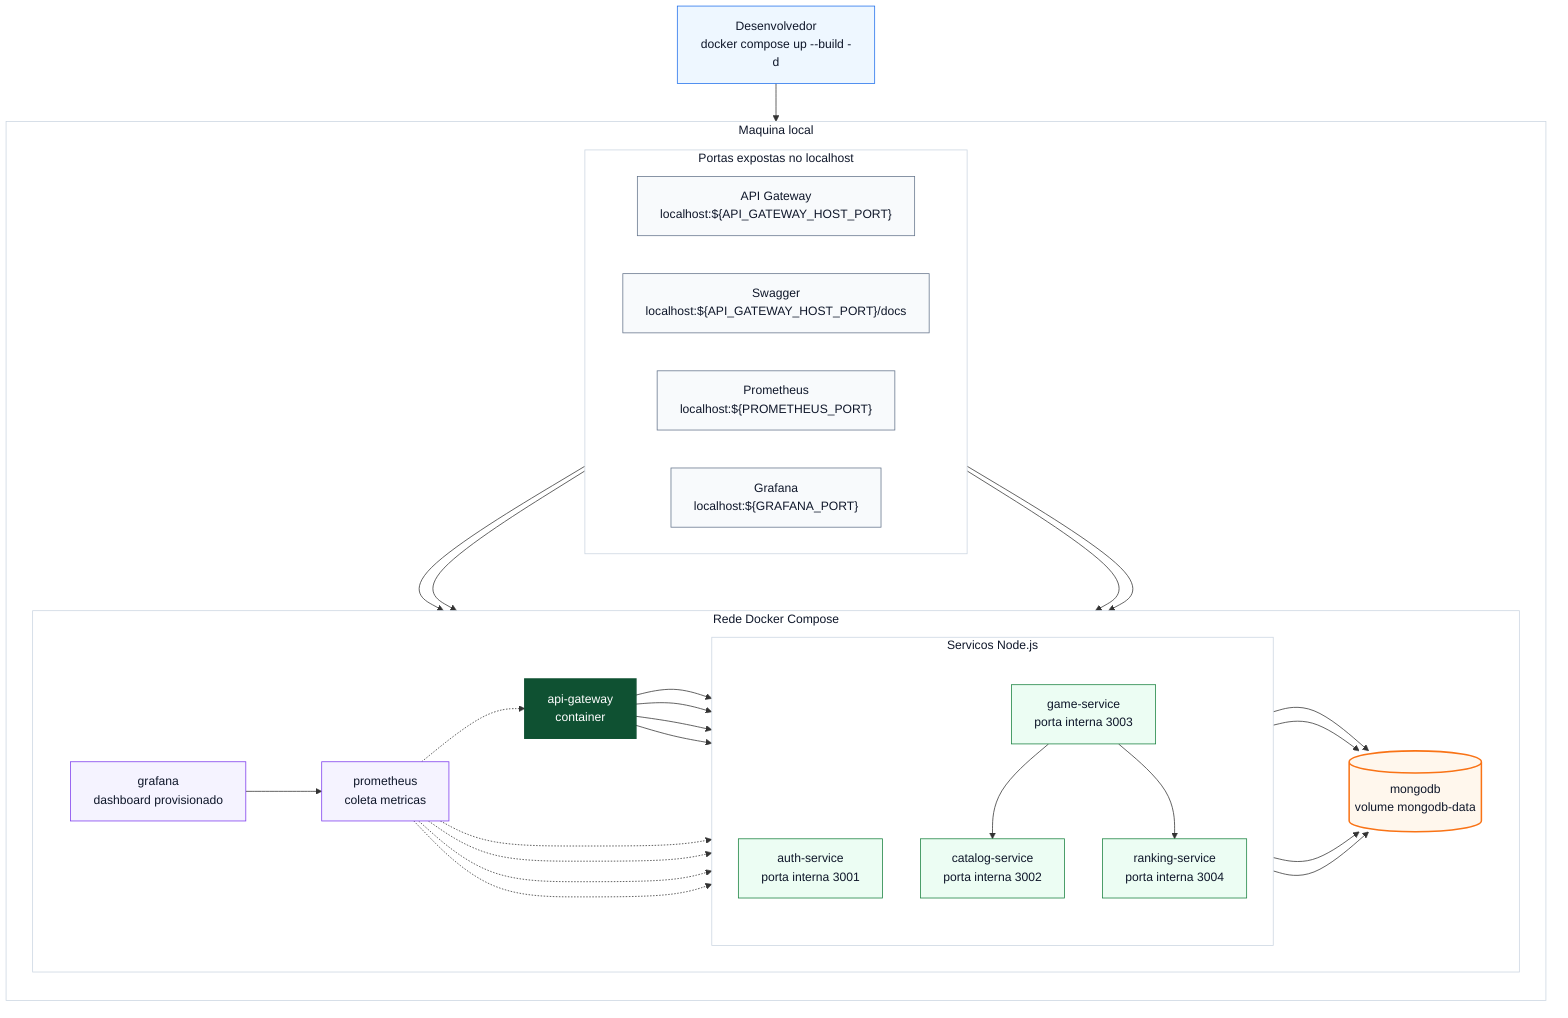
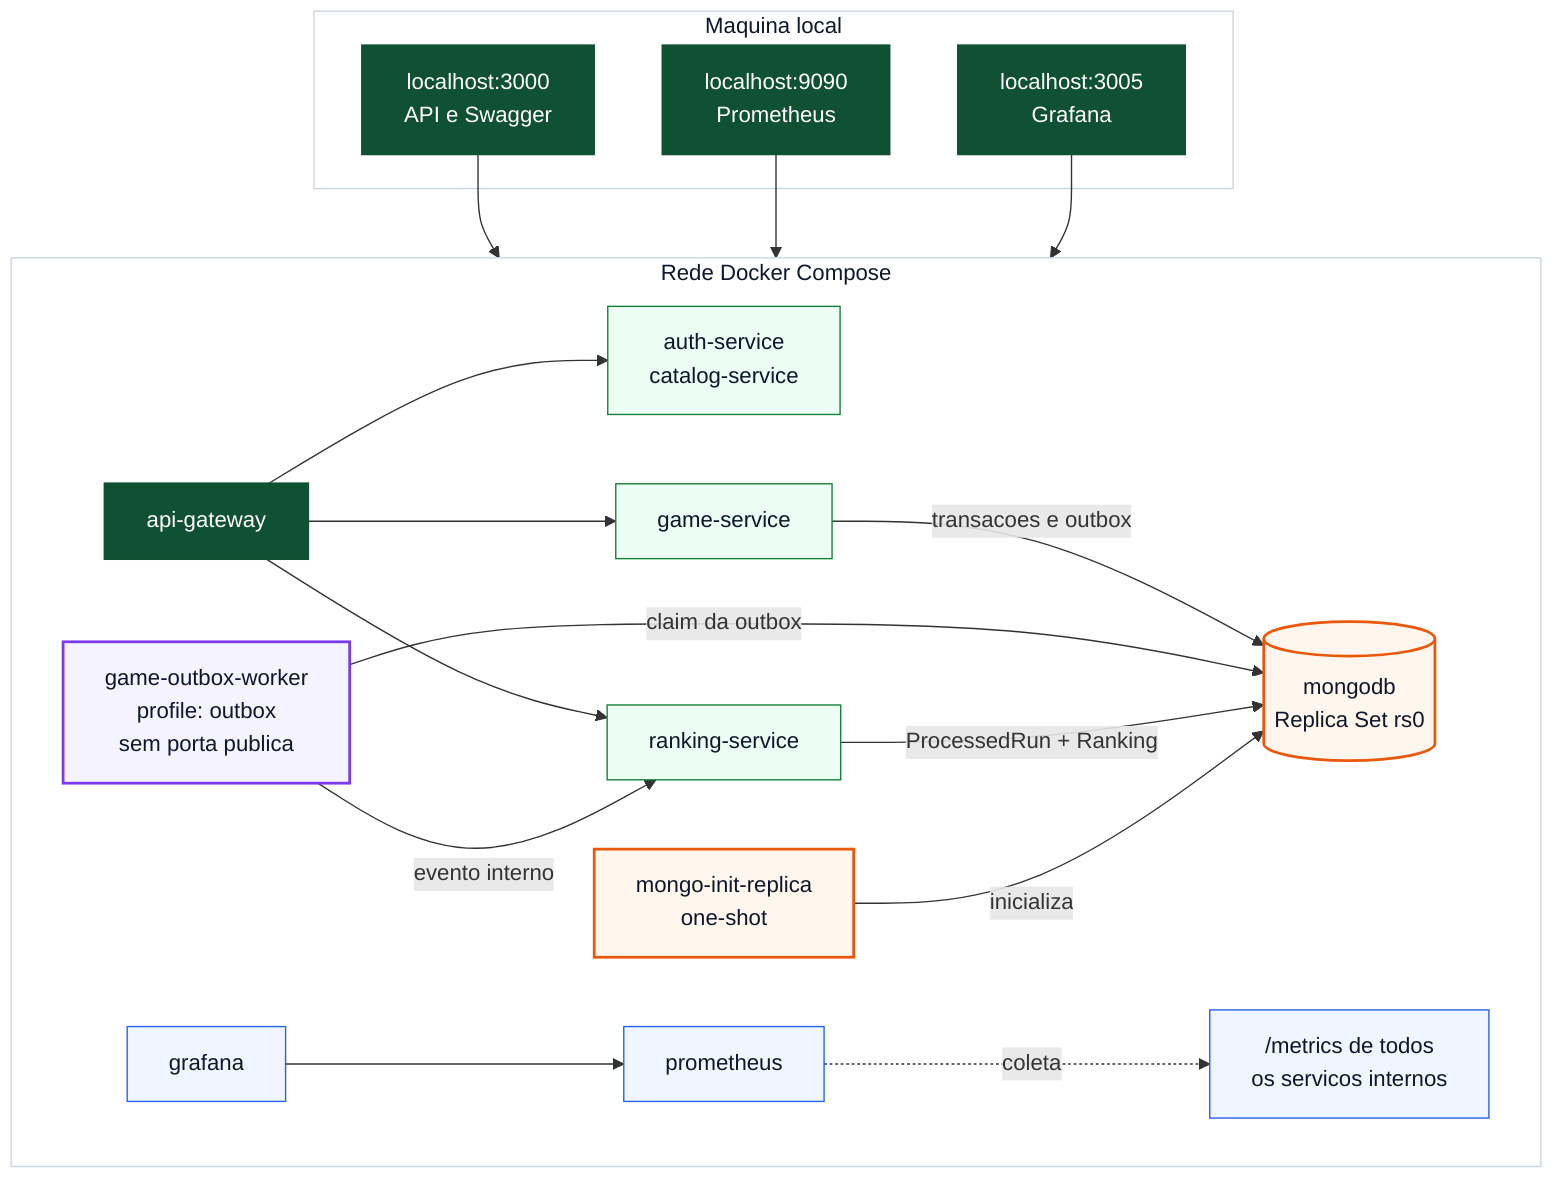
flowchart TB
-   %% Diagrama recomendado para Slide 11 ou apoio de Docker/Deploy.
- 
-   dev["Desenvolvedor<br/>docker compose up --build -d"]
- 
  subgraph host["Maquina local"]
-     direction TB
- 
-     subgraph public["Portas expostas no localhost"]
-       direction LR
-       gatewayPort["API Gateway<br/>localhost:${API_GATEWAY_HOST_PORT}"]
-       swaggerPort["Swagger<br/>localhost:${API_GATEWAY_HOST_PORT}/docs"]
-       prometheusPort["Prometheus<br/>localhost:${PROMETHEUS_PORT}"]
-       grafanaPort["Grafana<br/>localhost:${GRAFANA_PORT}"]
-     end
- 
-     subgraph compose["Rede Docker Compose"]
-       direction LR
- 
-       gateway["api-gateway<br/>container"]
- 
-       subgraph apiServices["Servicos Node.js"]
-         direction TB
-         auth["auth-service<br/>porta interna 3001"]
-         catalog["catalog-service<br/>porta interna 3002"]
-         game["game-service<br/>porta interna 3003"]
-         ranking["ranking-service<br/>porta interna 3004"]
-       end
- 
-       mongodb[("mongodb<br/>volume mongodb-data")]
-       prometheus["prometheus<br/>coleta metricas"]
-       grafana["grafana<br/>dashboard provisionado"]
-     end
+     apiPort["localhost:3000<br/>API e Swagger"]
+     promPort["localhost:9090<br/>Prometheus"]
+     grafanaPort["localhost:3005<br/>Grafana"]
  end

-   dev --> host
+   subgraph docker["Rede Docker Compose"]
+     direction LR
+     gateway["api-gateway"]
+     authCatalog["auth-service<br/>catalog-service"]
+     game["game-service"]
+     worker["game-outbox-worker<br/>profile: outbox<br/>sem porta publica"]
+     ranking["ranking-service"]
+     init["mongo-init-replica<br/>one-shot"]
+     mongo[("mongodb<br/>Replica Set rs0")]
+     prometheus["prometheus"]
+     grafana["grafana"]
+     metrics["/metrics de todos<br/>os servicos internos"]
+   end

-   gatewayPort --> gateway
-   swaggerPort --> gateway
-   prometheusPort --> prometheus
+   apiPort --> gateway
+   promPort --> prometheus
  grafanaPort --> grafana

-   gateway --> auth
-   gateway --> catalog
+   gateway --> authCatalog
  gateway --> game
  gateway --> ranking
+   game -->|"transacoes e outbox"| mongo
+   worker -->|"claim da outbox"| mongo
+   worker -->|"evento interno"| ranking
+   ranking -->|"ProcessedRun + Ranking"| mongo
+   init -->|"inicializa"| mongo

-   game --> catalog
-   game --> ranking
- 
-   auth --> mongodb
-   catalog --> mongodb
-   game --> mongodb
-   ranking --> mongodb
- 
-   prometheus -.-> gateway
-   prometheus -.-> auth
-   prometheus -.-> catalog
-   prometheus -.-> game
-   prometheus -.-> ranking
+   prometheus -.->|"coleta"| metrics
  grafana --> prometheus

-   classDef commandClass fill:#eef7ff,stroke:#1f6feb,stroke-width:1px,color:#0f172a;
-   classDef portClass fill:#f8fafc,stroke:#64748b,stroke-width:1px,color:#0f172a;
-   classDef gatewayClass fill:#0f5132,stroke:#0f5132,stroke-width:2px,color:#ffffff;
-   classDef serviceClass fill:#ecfdf3,stroke:#17803d,stroke-width:1px,color:#0f172a;
-   classDef databaseClass fill:#fff7ed,stroke:#f97316,stroke-width:2px,color:#0f172a;
-   classDef observabilityClass fill:#f5f3ff,stroke:#7c3aed,stroke-width:1px,color:#0f172a;
+   classDef public fill:#0f5132,stroke:#0f5132,stroke-width:2px,color:#ffffff;
+   classDef service fill:#ecfdf3,stroke:#17803d,stroke-width:1px,color:#0f172a;
+   classDef worker fill:#f5f3ff,stroke:#7c3aed,stroke-width:2px,color:#0f172a;
+   classDef storage fill:#fff7ed,stroke:#ea580c,stroke-width:2px,color:#0f172a;
+   classDef observability fill:#eff6ff,stroke:#2563eb,stroke-width:1px,color:#0f172a;

-   class dev commandClass;
-   class gatewayPort,swaggerPort,prometheusPort,grafanaPort portClass;
-   class gateway gatewayClass;
-   class auth,catalog,game,ranking serviceClass;
-   class mongodb databaseClass;
-   class prometheus,grafana observabilityClass;
+   class apiPort,promPort,grafanaPort,gateway public;
+   class authCatalog,game,ranking service;
+   class worker worker;
+   class init,mongo storage;
+   class prometheus,grafana,metrics observability;

  style host fill:#ffffff,stroke:#cbd5e1,stroke-width:1px,color:#0f172a
-   style public fill:#ffffff,stroke:#cbd5e1,stroke-width:1px,color:#0f172a
-   style compose fill:#ffffff,stroke:#cbd5e1,stroke-width:1px,color:#0f172a
-   style apiServices fill:#ffffff,stroke:#cbd5e1,stroke-width:1px,color:#0f172a
+   style docker fill:#ffffff,stroke:#cbd5e1,stroke-width:1px,color:#0f172a
